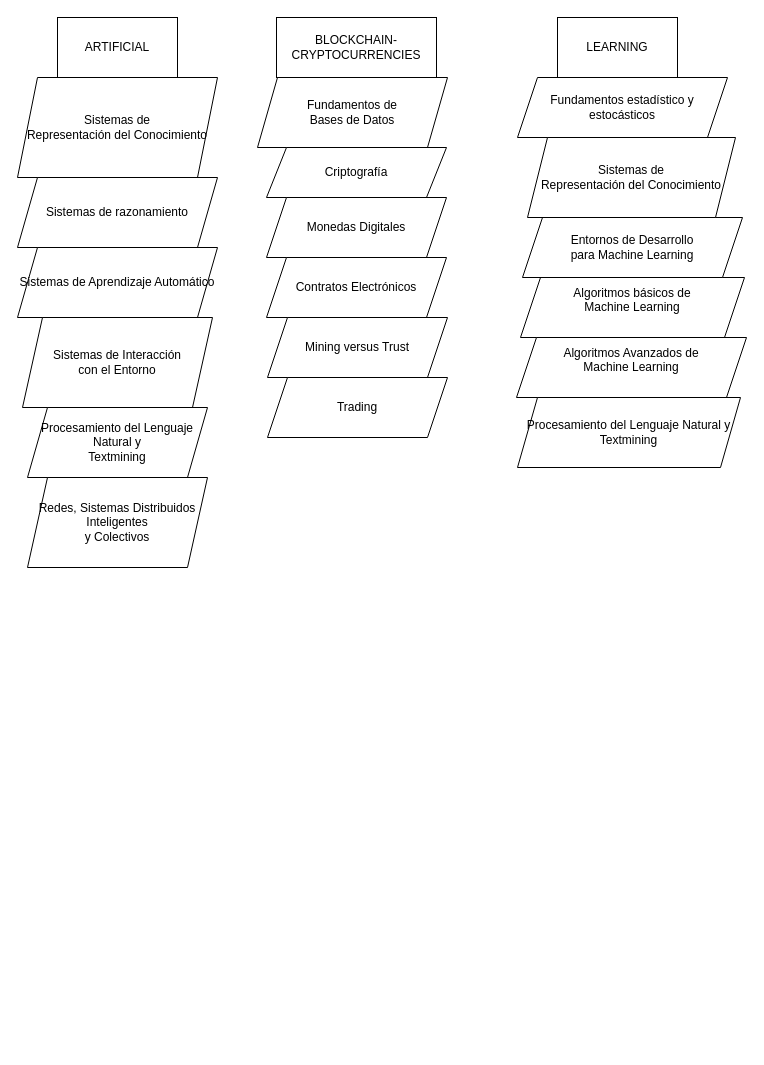
Earlier version of the draw.io diagram Courses-masters.drawio (jacintodavila/logicacomputacional). Source tidied: cells renumbered, new cells numbered last; positions are measured from the earlier drawing's top-left corner, leaving out a move shared by most shapes. Both pictures are drawn from the tidied source at 100%, with x=0, y=0 at pixel (17, 17).
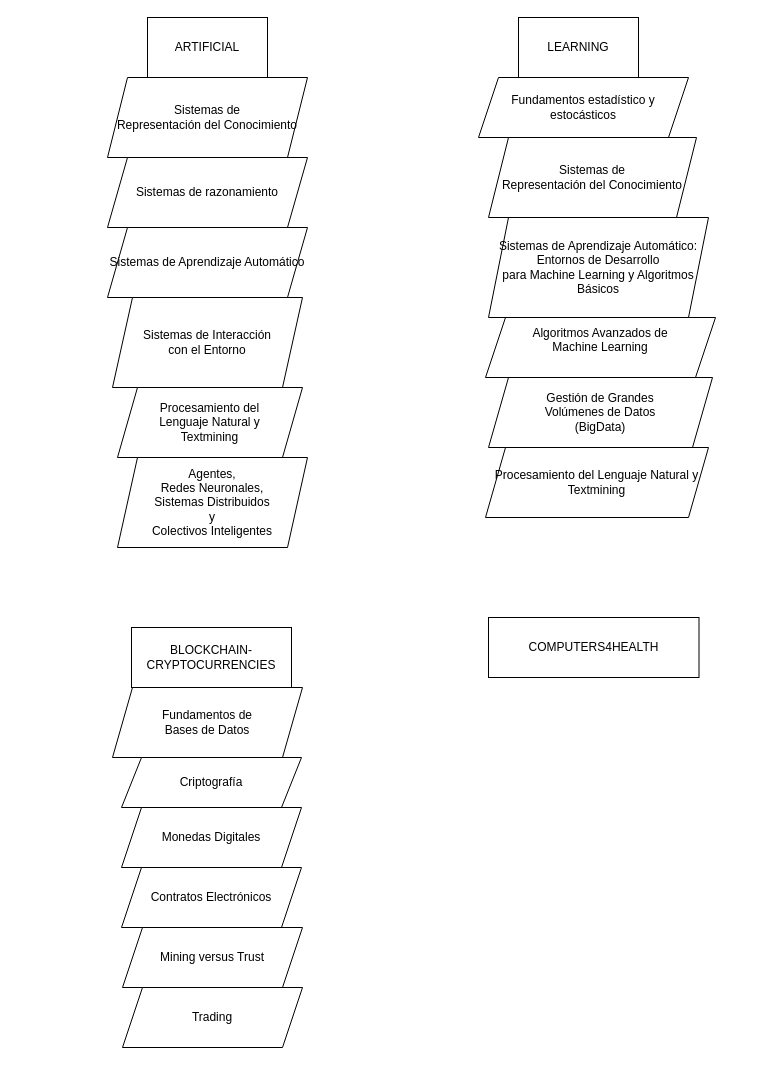
After the change.

What changed in the source:
```diff
@@
     <mxCell id="2" value="ARTIFICIAL" style="rounded=0;whiteSpace=wrap;html=1;" parent="1" vertex="1">
-      <mxGeometry x="40" width="120" height="60" as="geometry" />
+      <mxGeometry x="130" width="120" height="60" as="geometry" />
     </mxCell>
     <mxCell id="3" value="&lt;div&gt;Sistemas de &lt;br&gt;&lt;/div&gt;&lt;div&gt;Representación del Conocimiento&lt;/div&gt;" style="shape=parallelogram;perimeter=parallelogramPerimeter;whiteSpace=wrap;html=1;fixedSize=1;" parent="1" vertex="1">
-      <mxGeometry y="60" width="200" height="100" as="geometry" />
+      <mxGeometry x="90" y="60" width="200" height="80" as="geometry" />
     </mxCell>
     <mxCell id="4" value="Sistemas de razonamiento" style="shape=parallelogram;perimeter=parallelogramPerimeter;whiteSpace=wrap;html=1;fixedSize=1;" parent="1" vertex="1">
-      <mxGeometry y="160" width="200" height="70" as="geometry" />
+      <mxGeometry x="90" y="140" width="200" height="70" as="geometry" />
     </mxCell>
     <mxCell id="5" value="Sistemas de Aprendizaje Automático" style="shape=parallelogram;perimeter=parallelogramPerimeter;whiteSpace=wrap;html=1;fixedSize=1;" parent="1" vertex="1">
-      <mxGeometry y="230" width="200" height="70" as="geometry" />
+      <mxGeometry x="90" y="210" width="200" height="70" as="geometry" />
     </mxCell>
     <mxCell id="6" value="&lt;div&gt;Sistemas de Interacción&lt;/div&gt;&lt;div&gt; con el Entorno&lt;/div&gt;" style="shape=parallelogram;perimeter=parallelogramPerimeter;whiteSpace=wrap;html=1;fixedSize=1;" parent="1" vertex="1">
-      <mxGeometry x="5" y="300" width="190" height="90" as="geometry" />
+      <mxGeometry x="95" y="280" width="190" height="90" as="geometry" />
     </mxCell>
-    <mxCell id="7" value="&lt;div&gt;Procesamiento del Lenguaje Natural y&lt;/div&gt;&lt;div&gt;Textmining&lt;br&gt;&lt;/div&gt;" style="shape=parallelogram;perimeter=parallelogramPerimeter;whiteSpace=wrap;html=1;fixedSize=1;" parent="1" vertex="1">
-      <mxGeometry x="10" y="390" width="180" height="70" as="geometry" />
+    <mxCell id="7" value="&lt;div&gt;Procesamiento del&lt;/div&gt;&lt;div&gt; Lenguaje Natural y&lt;/div&gt;&lt;div&gt;Textmining&lt;br&gt;&lt;/div&gt;" style="shape=parallelogram;perimeter=parallelogramPerimeter;whiteSpace=wrap;html=1;fixedSize=1;" parent="1" vertex="1">
+      <mxGeometry x="100" y="370" width="185" height="70" as="geometry" />
     </mxCell>
-    <mxCell id="8" value="&lt;div&gt;Redes, Sistemas Distribuidos Inteligentes&lt;/div&gt;&lt;div&gt;y Colectivos&lt;br&gt;&lt;/div&gt;" style="shape=parallelogram;perimeter=parallelogramPerimeter;whiteSpace=wrap;html=1;fixedSize=1;" parent="1" vertex="1">
-      <mxGeometry x="10" y="460" width="180" height="90" as="geometry" />
+    <mxCell id="8" value="&lt;div&gt;Agentes, &lt;br&gt;&lt;/div&gt;&lt;div&gt;Redes Neuronales, &lt;br&gt;&lt;/div&gt;&lt;div&gt;Sistemas Distribuidos&lt;br&gt;&lt;/div&gt;&lt;div&gt;y &lt;br&gt;&lt;/div&gt;&lt;div&gt;Colectivos Inteligentes&lt;br&gt;&lt;/div&gt;" style="shape=parallelogram;perimeter=parallelogramPerimeter;whiteSpace=wrap;html=1;fixedSize=1;" parent="1" vertex="1">
+      <mxGeometry x="100" y="440" width="190" height="90" as="geometry" />
     </mxCell>
     <mxCell id="9" value="BLOCKCHAIN-CRYPTOCURRENCIES" style="rounded=0;whiteSpace=wrap;html=1;" parent="1" vertex="1">
-      <mxGeometry x="259" width="160" height="60" as="geometry" />
+      <mxGeometry x="114" y="610" width="160" height="60" as="geometry" />
     </mxCell>
     <mxCell id="10" value="&lt;div&gt;Fundamentos de &lt;br&gt;&lt;/div&gt;&lt;div&gt;Bases de Datos&lt;/div&gt;" style="shape=parallelogram;perimeter=parallelogramPerimeter;whiteSpace=wrap;html=1;fixedSize=1;" parent="1" vertex="1">
-      <mxGeometry x="240" y="60" width="190" height="70" as="geometry" />
+      <mxGeometry x="95" y="670" width="190" height="70" as="geometry" />
     </mxCell>
     <mxCell id="11" value="Criptografía" style="shape=parallelogram;perimeter=parallelogramPerimeter;whiteSpace=wrap;html=1;fixedSize=1;" parent="1" vertex="1">
-      <mxGeometry x="249" y="130" width="180" height="50" as="geometry" />
+      <mxGeometry x="104" y="740" width="180" height="50" as="geometry" />
     </mxCell>
     <mxCell id="12" value="Monedas Digitales" style="shape=parallelogram;perimeter=parallelogramPerimeter;whiteSpace=wrap;html=1;fixedSize=1;" parent="1" vertex="1">
-      <mxGeometry x="249" y="180" width="180" height="60" as="geometry" />
+      <mxGeometry x="104" y="790" width="180" height="60" as="geometry" />
     </mxCell>
     <mxCell id="13" value="Contratos Electrónicos" style="shape=parallelogram;perimeter=parallelogramPerimeter;whiteSpace=wrap;html=1;fixedSize=1;" parent="1" vertex="1">
-      <mxGeometry x="249" y="240" width="180" height="60" as="geometry" />
+      <mxGeometry x="104" y="850" width="180" height="60" as="geometry" />
     </mxCell>
     <mxCell id="14" value="Mining versus Trust" style="shape=parallelogram;perimeter=parallelogramPerimeter;whiteSpace=wrap;html=1;fixedSize=1;" parent="1" vertex="1">
-      <mxGeometry x="250" y="300" width="180" height="60" as="geometry" />
+      <mxGeometry x="105" y="910" width="180" height="60" as="geometry" />
     </mxCell>
     <mxCell id="15" value="Trading" style="shape=parallelogram;perimeter=parallelogramPerimeter;whiteSpace=wrap;html=1;fixedSize=1;" parent="1" vertex="1">
-      <mxGeometry x="250" y="360" width="180" height="60" as="geometry" />
+      <mxGeometry x="105" y="970" width="180" height="60" as="geometry" />
     </mxCell>
     <mxCell id="16" value="LEARNING" style="rounded=0;whiteSpace=wrap;html=1;" parent="1" vertex="1">
-      <mxGeometry x="540" width="120" height="60" as="geometry" />
+      <mxGeometry x="501" width="120" height="60" as="geometry" />
     </mxCell>
     <mxCell id="17" value="Fundamentos estadístico y estocásticos" style="shape=parallelogram;perimeter=parallelogramPerimeter;whiteSpace=wrap;html=1;fixedSize=1;" parent="1" vertex="1">
-      <mxGeometry x="500" y="60" width="210" height="60" as="geometry" />
+      <mxGeometry x="461" y="60" width="210" height="60" as="geometry" />
     </mxCell>
-    <mxCell id="18" value="&lt;div&gt;Algoritmos básicos de &lt;br&gt;&lt;/div&gt;&lt;div&gt;Machine Learning&lt;/div&gt;&lt;div&gt;&lt;br&gt;&lt;/div&gt;" style="shape=parallelogram;perimeter=parallelogramPerimeter;whiteSpace=wrap;html=1;fixedSize=1;" parent="1" vertex="1">
-      <mxGeometry x="503" y="260" width="224" height="60" as="geometry" />
+    <mxCell id="18" value="&lt;div&gt;&lt;br&gt;&lt;/div&gt;&lt;div&gt;Gestión de Grandes &lt;br&gt;&lt;/div&gt;&lt;div&gt;Volúmenes de Datos&lt;/div&gt;&lt;div&gt;(BigData)&lt;br&gt;&lt;/div&gt;&lt;div&gt;&lt;br&gt;&lt;/div&gt;" style="shape=parallelogram;perimeter=parallelogramPerimeter;whiteSpace=wrap;html=1;fixedSize=1;" parent="1" vertex="1">
+      <mxGeometry x="471" y="360" width="224" height="70" as="geometry" />
     </mxCell>
     <mxCell id="19" value="&lt;div&gt;Algoritmos Avanzados de &lt;br&gt;&lt;/div&gt;&lt;div&gt;Machine Learning&lt;/div&gt;&lt;div&gt;&lt;br&gt;&lt;/div&gt;" style="shape=parallelogram;perimeter=parallelogramPerimeter;whiteSpace=wrap;html=1;fixedSize=1;" parent="1" vertex="1">
-      <mxGeometry x="499" y="320" width="230" height="60" as="geometry" />
+      <mxGeometry x="468" y="300" width="230" height="60" as="geometry" />
     </mxCell>
-    <mxCell id="20" value="&lt;div&gt;Entornos de Desarrollo&lt;/div&gt;&lt;div&gt;para Machine Learning&lt;br&gt;&lt;/div&gt;" style="shape=parallelogram;perimeter=parallelogramPerimeter;whiteSpace=wrap;html=1;fixedSize=1;" parent="1" vertex="1">
-      <mxGeometry x="505" y="200" width="220" height="60" as="geometry" />
+    <mxCell id="20" value="&lt;div&gt;Sistemas de Aprendizaje Automático: &lt;br&gt;&lt;/div&gt;&lt;div&gt;Entornos de Desarrollo&lt;/div&gt;&lt;div&gt;para Machine Learning y Algoritmos Básicos&lt;br&gt;&lt;/div&gt;" style="shape=parallelogram;perimeter=parallelogramPerimeter;whiteSpace=wrap;html=1;fixedSize=1;" parent="1" vertex="1">
+      <mxGeometry x="471" y="200" width="220" height="100" as="geometry" />
     </mxCell>
     <mxCell id="21" value="&lt;div&gt;Sistemas de &lt;br&gt;&lt;/div&gt;&lt;div&gt;Representación del Conocimiento&lt;/div&gt;" style="shape=parallelogram;perimeter=parallelogramPerimeter;whiteSpace=wrap;html=1;fixedSize=1;" parent="1" vertex="1">
-      <mxGeometry x="510" y="120" width="208" height="80" as="geometry" />
+      <mxGeometry x="471" y="120" width="208" height="80" as="geometry" />
     </mxCell>
     <mxCell id="22" value="&lt;div&gt;Procesamiento del Lenguaje Natural y&lt;/div&gt;&lt;div&gt;Textmining&lt;br&gt;&lt;/div&gt;" style="shape=parallelogram;perimeter=parallelogramPerimeter;whiteSpace=wrap;html=1;fixedSize=1;" parent="1" vertex="1">
-      <mxGeometry x="500" y="380" width="223" height="70" as="geometry" />
+      <mxGeometry x="468" y="430" width="223" height="70" as="geometry" />
     </mxCell>
+    <mxCell id="23" value="COMPUTERS4HEALTH" style="rounded=0;whiteSpace=wrap;html=1;" parent="1" vertex="1">
+      <mxGeometry x="471" y="600" width="210.5" height="60" as="geometry" />
+    </mxCell>
```
